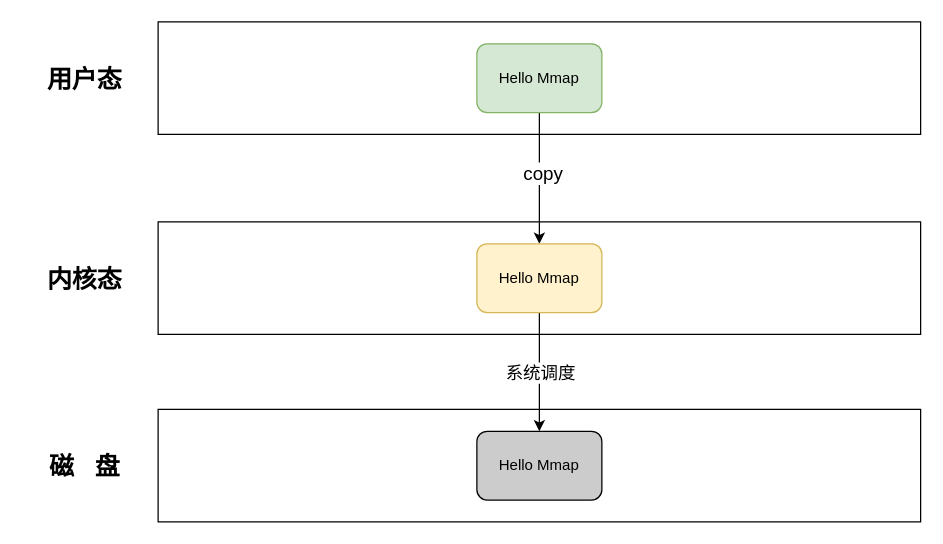
liqianggh/liqiang-leaning keeps this draw.io diagram as files/mmap基本原理.drawio. Above is the earlier version. Source tidied: cells renumbered, new cells numbered last; positions are measured from the earlier drawing's top-left corner, leaving out a move shared by most shapes. Both pictures are drawn from the tidied source at 125%, with x=0, y=0 at pixel (21, 21).
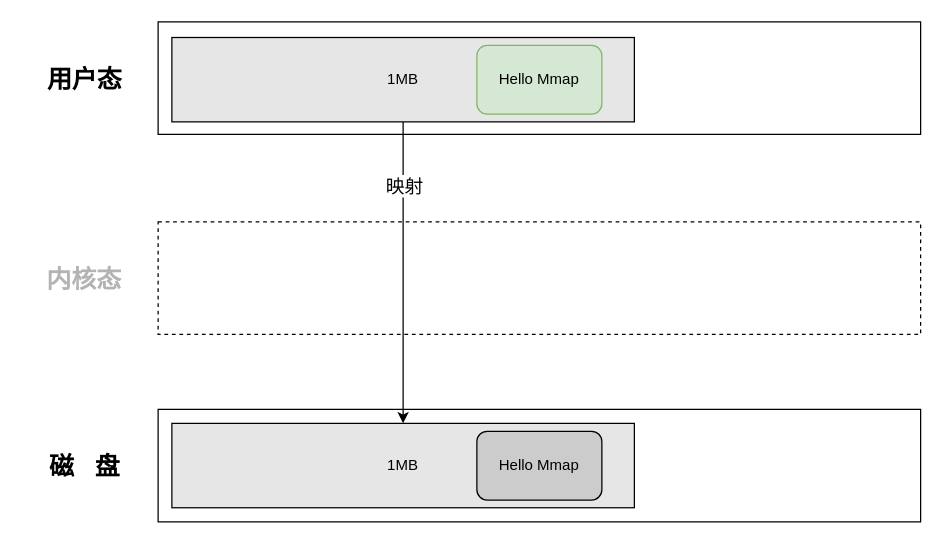
After the change.

Diff of the diagram source:
```diff
@@
 <mxGraphModel>
   <root>
     <mxCell id="0" />
     <mxCell id="1" parent="0" />
+    <mxCell id="4" style="rounded=0;whiteSpace=wrap;html=1;sketch=0;dashed=1;" parent="1" vertex="1">
+      <mxGeometry x="109" y="160" width="610" height="90" as="geometry" />
+    </mxCell>
     <mxCell id="2" style="rounded=0;whiteSpace=wrap;html=1;sketch=0;" parent="1" vertex="1">
       <mxGeometry x="109" y="310" width="610" height="90" as="geometry" />
     </mxCell>
+    <mxCell id="15" value="1MB" style="rounded=0;whiteSpace=wrap;html=1;fillColor=#E6E6E6;" parent="1" vertex="1">
+      <mxGeometry x="120" y="321.2" width="370" height="67.5" as="geometry" />
+    </mxCell>
     <mxCell id="3" style="rounded=0;whiteSpace=wrap;html=1;sketch=0;" parent="1" vertex="1">
       <mxGeometry x="109" width="610" height="90" as="geometry" />
     </mxCell>
-    <mxCell id="4" style="rounded=0;whiteSpace=wrap;html=1;sketch=0;" parent="1" vertex="1">
-      <mxGeometry x="109" y="160" width="610" height="90" as="geometry" />
-    </mxCell>
+    <mxCell id="16" style="edgeStyle=orthogonalEdgeStyle;rounded=0;jettySize=auto;html=1;exitX=0.5;exitY=1;exitDx=0;exitDy=0;" parent="1" edge="1" source="18" target="15">
+      <mxGeometry relative="1" as="geometry" />
+    </mxCell>
+    <mxCell id="17" value="&lt;font style=&quot;font-size: 15px&quot;&gt;映射&lt;/font&gt;" style="edgeLabel;html=1;align=center;verticalAlign=middle;" parent="16" vertex="1">
+      <mxGeometry x="-0.67" relative="1" as="geometry">
+        <mxPoint y="10" as="offset" />
+      </mxGeometry>
+    </mxCell>
+    <mxCell id="18" value="1MB" style="rounded=0;whiteSpace=wrap;html=1;fillColor=#E6E6E6;" parent="1" vertex="1">
+      <mxGeometry x="120" y="12.5" width="370" height="67.5" as="geometry" />
+    </mxCell>
     <mxCell id="5" value="&lt;font style=&quot;font-size: 20px&quot;&gt;用户态&lt;/font&gt;" style="text;strokeColor=none;fillColor=none;html=1;fontSize=24;fontStyle=1;verticalAlign=middle;align=center;rounded=0;sketch=0;" parent="1" vertex="1">
       <mxGeometry y="25" width="100" height="40" as="geometry" />
     </mxCell>
-    <mxCell id="6" value="&lt;font style=&quot;font-size: 20px&quot;&gt;内核态&lt;/font&gt;" style="text;strokeColor=none;fillColor=none;html=1;fontSize=24;fontStyle=1;verticalAlign=middle;align=center;rounded=0;sketch=0;" parent="1" vertex="1">
+    <mxCell id="6" value="&lt;font style=&quot;font-size: 20px&quot; color=&quot;#b3b3b3&quot;&gt;内核态&lt;/font&gt;" style="text;strokeColor=none;fillColor=none;html=1;fontSize=24;fontStyle=1;verticalAlign=middle;align=center;rounded=0;sketch=0;dashed=1;horizontal=1;whiteSpace=wrap;" parent="1" vertex="1">
       <mxGeometry y="185" width="100" height="40" as="geometry" />
     </mxCell>
     <mxCell id="7" value="&lt;font style=&quot;font-size: 20px&quot;&gt;磁&amp;nbsp; &amp;nbsp;盘&lt;/font&gt;" style="text;strokeColor=none;fillColor=none;html=1;fontSize=24;fontStyle=1;verticalAlign=middle;align=center;rounded=0;sketch=0;" parent="1" vertex="1">
       <mxGeometry y="335" width="100" height="40" as="geometry" />
     </mxCell>
-    <mxCell id="8" style="edgeStyle=orthogonalEdgeStyle;curved=0;rounded=1;sketch=0;jettySize=auto;html=1;exitX=0.5;exitY=1;exitDx=0;exitDy=0;entryX=0.5;entryY=0;entryDx=0;entryDy=0;" parent="1" edge="1" source="10" target="13">
-      <mxGeometry relative="1" as="geometry" />
-    </mxCell>
-    <mxCell id="9" value="&lt;font style=&quot;font-size: 15px&quot;&gt;copy&lt;/font&gt;" style="edgeLabel;html=1;align=center;verticalAlign=middle;" parent="8" vertex="1">
-      <mxGeometry x="-0.11" y="2" relative="1" as="geometry">
-        <mxPoint y="1" as="offset" />
-      </mxGeometry>
-    </mxCell>
     <mxCell id="10" value="Hello Mmap" style="rounded=1;whiteSpace=wrap;html=1;sketch=0;fillColor=#d5e8d4;strokeColor=#82b366;" parent="1" vertex="1">
-      <mxGeometry x="364" y="17.5" width="100" height="55" as="geometry" />
+      <mxGeometry x="364" y="18.8" width="100" height="55" as="geometry" />
     </mxCell>
-    <mxCell id="11" style="edgeStyle=orthogonalEdgeStyle;curved=0;rounded=1;sketch=0;jettySize=auto;html=1;exitX=0.5;exitY=1;exitDx=0;exitDy=0;entryX=0.5;entryY=0;entryDx=0;entryDy=0;" parent="1" edge="1" source="13" target="14">
-      <mxGeometry relative="1" as="geometry" />
-    </mxCell>
-    <mxCell id="12" value="&lt;font style=&quot;font-size: 14px&quot;&gt;系统调度&lt;/font&gt;" style="edgeLabel;html=1;align=center;verticalAlign=middle;" parent="11" vertex="1">
-      <mxGeometry x="-0.29" y="2" relative="1" as="geometry">
-        <mxPoint x="-2" y="13.5" as="offset" />
-      </mxGeometry>
-    </mxCell>
-    <mxCell id="13" value="Hello Mmap" style="rounded=1;whiteSpace=wrap;html=1;sketch=0;fillColor=#fff2cc;strokeColor=#d6b656;" parent="1" vertex="1">
-      <mxGeometry x="364" y="177.5" width="100" height="55" as="geometry" />
-    </mxCell>
     <mxCell id="14" value="Hello Mmap" style="rounded=1;whiteSpace=wrap;html=1;sketch=0;fillColor=#CCCCCC;" parent="1" vertex="1">
       <mxGeometry x="364" y="327.5" width="100" height="55" as="geometry" />
     </mxCell>
   </root>
 </mxGraphModel>
```
